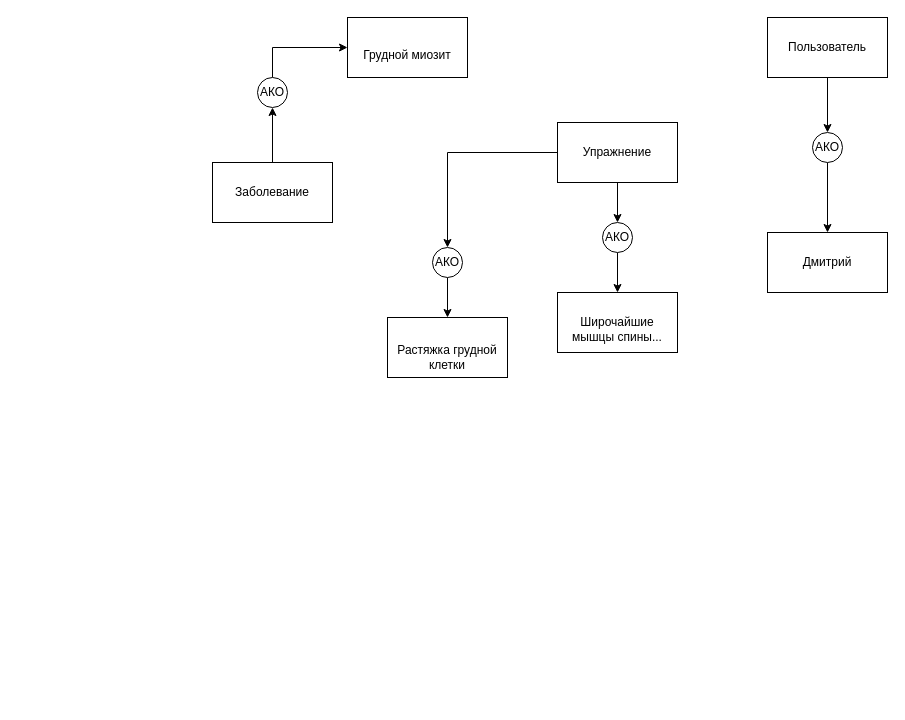
Earlier version of the draw.io diagram Диаграмма без названия.drawio (ser4ega/BD). Source tidied: cells renumbered, new cells numbered last; positions are measured from the earlier drawing's top-left corner, leaving out a move shared by most shapes. Both pictures are drawn from the tidied source at 100%, with x=0, y=0 at pixel (212, 17).
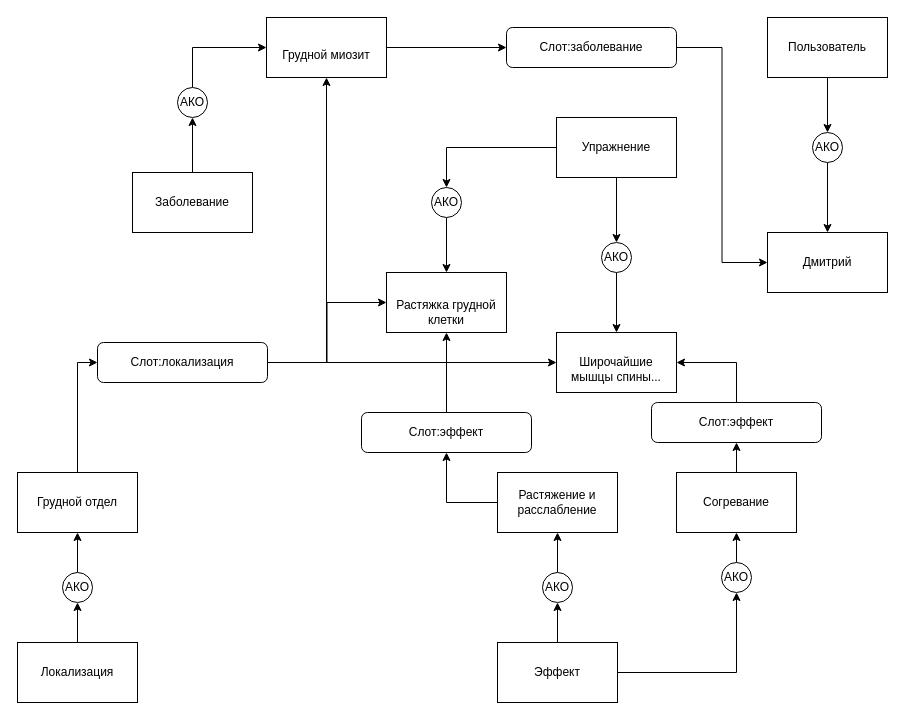
After the change.

Unchanged cells that the change refers to:
```xml
<mxCell id="9" value="Дмитрий" style="rounded=0;whiteSpace=wrap;html=1;" parent="1" vertex="1">
  <mxGeometry x="555" y="215" width="120" height="60" as="geometry" />
</mxCell>
```

What changed in the source:
```diff
@@
     <mxCell id="3" value="Заболевание" style="rounded=0;whiteSpace=wrap;html=1;" parent="1" vertex="1">
-      <mxGeometry y="145" width="120" height="60" as="geometry" />
+      <mxGeometry x="-80" y="155" width="120" height="60" as="geometry" />
     </mxCell>
-    <mxCell id="4" style="edgeStyle=orthogonalEdgeStyle;rounded=0;jettySize=auto;html=1;exitX=0.5;exitY=1;exitDx=0;exitDy=0;entryX=0.5;entryY=0;entryDx=0;entryDy=0;" parent="1" edge="1" source="6" target="17">
-      <mxGeometry relative="1" as="geometry" />
+    <mxCell id="4" style="edgeStyle=orthogonalEdgeStyle;rounded=0;jettySize=auto;html=1;exitX=0.5;exitY=1;exitDx=0;exitDy=0;entryX=0.5;entryY=0;entryDx=0;entryDy=0;" parent="1" edge="1" source="6">
+      <mxGeometry relative="1" as="geometry">
+        <mxPoint x="404" y="225" as="targetPoint" />
+      </mxGeometry>
     </mxCell>
@@
     <mxCell id="6" value="Упражнение" style="rounded=0;whiteSpace=wrap;html=1;" parent="1" vertex="1">
-      <mxGeometry x="345" y="105" width="120" height="60" as="geometry" />
+      <mxGeometry x="344" y="100" width="120" height="60" as="geometry" />
     </mxCell>
@@
     <mxCell id="10" value="&lt;br&gt;&lt;table style=&quot;border-collapse:&lt;br/&gt; collapse;width:234pt&quot; width=&quot;312&quot; cellspacing=&quot;0&quot; cellpadding=&quot;0&quot; border=&quot;0&quot;&gt;&lt;tbody&gt;&lt;tr style=&quot;height:15.0pt&quot; height=&quot;20&quot;&gt;  &lt;td style=&quot;height:15.0pt;width:234pt;word-break:initial;&lt;br/&gt;  color:var(--cib-color-neutral-foreground);font-size:var(--cib-type-body1-font-size);&lt;br/&gt;  line-height:var(--cib-type-body1-line-height);font-weight:var(--cib-type-body1-font-weight);&lt;br/&gt;  font-variation-settings: var(--cib-type-body1-font-variation-settings)&quot; width=&quot;312&quot; height=&quot;20&quot;&gt;Широчайшие&lt;br&gt;  мышцы спины...&lt;/td&gt;&lt;/tr&gt;&lt;/tbody&gt;&lt;/table&gt;" style="rounded=0;whiteSpace=wrap;html=1;" parent="1" vertex="1">
-      <mxGeometry x="345" y="275" width="120" height="60" as="geometry" />
+      <mxGeometry x="344" y="315" width="120" height="60" as="geometry" />
     </mxCell>
+    <mxCell id="21" style="edgeStyle=orthogonalEdgeStyle;rounded=0;jettySize=auto;html=1;exitX=1;exitY=0.5;exitDx=0;exitDy=0;entryX=0;entryY=0.5;entryDx=0;entryDy=0;" parent="1" edge="1" source="11" target="33">
+      <mxGeometry relative="1" as="geometry" />
+    </mxCell>
     <mxCell id="11" value="&lt;table style=&quot;border-collapse:&lt;br/&gt; collapse;width:158pt&quot; width=&quot;210&quot; cellspacing=&quot;0&quot; cellpadding=&quot;0&quot; border=&quot;0&quot;&gt;&lt;tbody&gt;&lt;tr style=&quot;height:15.75pt&quot; height=&quot;21&quot;&gt;&lt;br/&gt;  &lt;td style=&quot;height:15.75pt;width:158pt&quot; width=&quot;210&quot; height=&quot;21&quot;&gt;Грудной миозит&lt;/td&gt;&lt;/tr&gt;&lt;/tbody&gt;&lt;/table&gt;" style="rounded=0;whiteSpace=wrap;html=1;" parent="1" vertex="1">
-      <mxGeometry x="135" width="120" height="60" as="geometry" />
+      <mxGeometry x="54" width="120" height="60" as="geometry" />
     </mxCell>
@@
     <mxCell id="13" value="АКО" style="ellipse;whiteSpace=wrap;html=1;" parent="1" vertex="1">
-      <mxGeometry x="45" y="60" width="30" height="30" as="geometry" />
+      <mxGeometry x="-35" y="70" width="30" height="30" as="geometry" />
     </mxCell>
@@
     <mxCell id="17" value="АКО" style="ellipse;whiteSpace=wrap;html=1;" parent="1" vertex="1">
-      <mxGeometry x="390" y="205" width="30" height="30" as="geometry" />
+      <mxGeometry x="389" y="225" width="30" height="30" as="geometry" />
     </mxCell>
     <mxCell id="18" value="&lt;table style=&quot;border-collapse:&lt;br/&gt; collapse;width:234pt&quot; width=&quot;312&quot; cellspacing=&quot;0&quot; cellpadding=&quot;0&quot; border=&quot;0&quot;&gt;&lt;tbody&gt;&lt;tr style=&quot;height:15.0pt&quot; height=&quot;20&quot;&gt;&lt;td style=&quot;height:15.0pt;width:234pt;word-break:initial;&lt;br/&gt;  color:var(--cib-color-neutral-foreground);font-size:var(--cib-type-body1-font-size);&lt;br/&gt;  line-height:var(--cib-type-body1-line-height);font-weight:var(--cib-type-body1-font-weight);&lt;br/&gt;  font-variation-settings: var(--cib-type-body1-font-variation-settings)&quot; width=&quot;312&quot; height=&quot;20&quot;&gt;&lt;/td&gt;&lt;/tr&gt;&lt;/tbody&gt;&lt;/table&gt;Растяжка грудной&lt;br&gt;клетки" style="rounded=0;whiteSpace=wrap;html=1;" parent="1" vertex="1">
-      <mxGeometry x="175" y="300" width="120" height="60" as="geometry" />
+      <mxGeometry x="174" y="255" width="120" height="60" as="geometry" />
     </mxCell>
-    <mxCell id="19" style="edgeStyle=orthogonalEdgeStyle;rounded=0;jettySize=auto;html=1;exitX=0.5;exitY=1;exitDx=0;exitDy=0;entryX=0.5;entryY=0;entryDx=0;entryDy=0;" parent="1" edge="1" source="20" target="18">
+    <mxCell id="19" style="edgeStyle=orthogonalEdgeStyle;rounded=0;jettySize=auto;html=1;exitX=0.5;exitY=1;exitDx=0;exitDy=0;" parent="1" edge="1" source="20" target="18">
       <mxGeometry relative="1" as="geometry" />
     </mxCell>
     <mxCell id="20" value="АКО" style="ellipse;whiteSpace=wrap;html=1;" parent="1" vertex="1">
-      <mxGeometry x="220" y="230" width="30" height="30" as="geometry" />
+      <mxGeometry x="219" y="170" width="30" height="30" as="geometry" />
     </mxCell>
+    <mxCell id="22" style="edgeStyle=orthogonalEdgeStyle;rounded=0;jettySize=auto;html=1;exitX=0.5;exitY=0;exitDx=0;exitDy=0;entryX=0;entryY=0.5;entryDx=0;entryDy=0;" parent="1" edge="1" source="23" target="31">
+      <mxGeometry relative="1" as="geometry" />
+    </mxCell>
+    <mxCell id="23" value="Грудной отдел" style="rounded=0;whiteSpace=wrap;html=1;" parent="1" vertex="1">
+      <mxGeometry x="-195" y="455" width="120" height="60" as="geometry" />
+    </mxCell>
+    <mxCell id="24" style="edgeStyle=orthogonalEdgeStyle;rounded=0;jettySize=auto;html=1;exitX=0.5;exitY=0;exitDx=0;exitDy=0;entryX=0.5;entryY=1;entryDx=0;entryDy=0;" parent="1" edge="1" source="25" target="23">
+      <mxGeometry relative="1" as="geometry" />
+    </mxCell>
+    <mxCell id="25" value="АКО" style="ellipse;whiteSpace=wrap;html=1;" parent="1" vertex="1">
+      <mxGeometry x="-150" y="555" width="30" height="30" as="geometry" />
+    </mxCell>
+    <mxCell id="26" style="edgeStyle=orthogonalEdgeStyle;rounded=0;jettySize=auto;html=1;exitX=0.5;exitY=0;exitDx=0;exitDy=0;entryX=0.5;entryY=1;entryDx=0;entryDy=0;" parent="1" edge="1" source="27" target="25">
+      <mxGeometry relative="1" as="geometry" />
+    </mxCell>
+    <mxCell id="27" value="Локализация" style="rounded=0;whiteSpace=wrap;html=1;" parent="1" vertex="1">
+      <mxGeometry x="-195" y="625" width="120" height="60" as="geometry" />
+    </mxCell>
+    <mxCell id="28" style="edgeStyle=orthogonalEdgeStyle;rounded=0;jettySize=auto;html=1;exitX=1;exitY=0.5;exitDx=0;exitDy=0;entryX=0;entryY=0.5;entryDx=0;entryDy=0;" parent="1" edge="1" source="31" target="18">
+      <mxGeometry relative="1" as="geometry" />
+    </mxCell>
+    <mxCell id="29" style="edgeStyle=orthogonalEdgeStyle;rounded=0;jettySize=auto;html=1;exitX=1;exitY=0.5;exitDx=0;exitDy=0;entryX=0.5;entryY=1;entryDx=0;entryDy=0;" parent="1" edge="1" source="31" target="11">
+      <mxGeometry relative="1" as="geometry" />
+    </mxCell>
+    <mxCell id="30" style="edgeStyle=orthogonalEdgeStyle;rounded=0;jettySize=auto;html=1;exitX=1;exitY=0.5;exitDx=0;exitDy=0;entryX=0;entryY=0.5;entryDx=0;entryDy=0;" parent="1" edge="1" source="31" target="10">
+      <mxGeometry relative="1" as="geometry" />
+    </mxCell>
+    <mxCell id="31" value="Слот:локализация" style="rounded=1;whiteSpace=wrap;html=1;" parent="1" vertex="1">
+      <mxGeometry x="-115" y="325" width="170" height="40" as="geometry" />
+    </mxCell>
+    <mxCell id="32" style="edgeStyle=orthogonalEdgeStyle;rounded=0;jettySize=auto;html=1;exitX=1;exitY=0.5;exitDx=0;exitDy=0;entryX=0;entryY=0.5;entryDx=0;entryDy=0;" parent="1" edge="1" source="33" target="9">
+      <mxGeometry relative="1" as="geometry" />
+    </mxCell>
+    <mxCell id="33" value="Слот:заболевание" style="rounded=1;whiteSpace=wrap;html=1;" parent="1" vertex="1">
+      <mxGeometry x="294" y="10" width="170" height="40" as="geometry" />
+    </mxCell>
+    <mxCell id="34" style="edgeStyle=orthogonalEdgeStyle;rounded=0;jettySize=auto;html=1;exitX=0;exitY=0.5;exitDx=0;exitDy=0;entryX=0.5;entryY=1;entryDx=0;entryDy=0;" parent="1" edge="1" source="35" target="46">
+      <mxGeometry relative="1" as="geometry" />
+    </mxCell>
+    <mxCell id="35" value="Растяжение и расслабление" style="rounded=0;whiteSpace=wrap;html=1;" parent="1" vertex="1">
+      <mxGeometry x="285" y="455" width="120" height="60" as="geometry" />
+    </mxCell>
+    <mxCell id="36" style="edgeStyle=orthogonalEdgeStyle;rounded=0;jettySize=auto;html=1;exitX=0.5;exitY=0;exitDx=0;exitDy=0;entryX=0.5;entryY=1;entryDx=0;entryDy=0;" parent="1" edge="1" source="37" target="35">
+      <mxGeometry relative="1" as="geometry" />
+    </mxCell>
+    <mxCell id="37" value="АКО" style="ellipse;whiteSpace=wrap;html=1;" parent="1" vertex="1">
+      <mxGeometry x="330" y="555" width="30" height="30" as="geometry" />
+    </mxCell>
+    <mxCell id="38" style="edgeStyle=orthogonalEdgeStyle;rounded=0;jettySize=auto;html=1;exitX=0.5;exitY=0;exitDx=0;exitDy=0;entryX=0.5;entryY=1;entryDx=0;entryDy=0;" parent="1" edge="1" source="40" target="37">
+      <mxGeometry relative="1" as="geometry" />
+    </mxCell>
+    <mxCell id="39" style="edgeStyle=orthogonalEdgeStyle;rounded=0;jettySize=auto;html=1;exitX=1;exitY=0.5;exitDx=0;exitDy=0;entryX=0.5;entryY=1;entryDx=0;entryDy=0;" parent="1" edge="1" source="40" target="44">
+      <mxGeometry relative="1" as="geometry" />
+    </mxCell>
+    <mxCell id="40" value="Эффект" style="rounded=0;whiteSpace=wrap;html=1;" parent="1" vertex="1">
+      <mxGeometry x="285" y="625" width="120" height="60" as="geometry" />
+    </mxCell>
+    <mxCell id="41" style="edgeStyle=orthogonalEdgeStyle;rounded=0;jettySize=auto;html=1;exitX=0.5;exitY=0;exitDx=0;exitDy=0;" parent="1" edge="1" source="42" target="48">
+      <mxGeometry relative="1" as="geometry" />
+    </mxCell>
+    <mxCell id="42" value="Согревание" style="rounded=0;whiteSpace=wrap;html=1;" parent="1" vertex="1">
+      <mxGeometry x="464" y="455" width="120" height="60" as="geometry" />
+    </mxCell>
+    <mxCell id="43" style="edgeStyle=orthogonalEdgeStyle;rounded=0;jettySize=auto;html=1;exitX=0.5;exitY=0;exitDx=0;exitDy=0;entryX=0.5;entryY=1;entryDx=0;entryDy=0;" parent="1" edge="1" source="44" target="42">
+      <mxGeometry relative="1" as="geometry" />
+    </mxCell>
+    <mxCell id="44" value="АКО" style="ellipse;whiteSpace=wrap;html=1;" parent="1" vertex="1">
+      <mxGeometry x="509" y="545" width="30" height="30" as="geometry" />
+    </mxCell>
+    <mxCell id="45" style="edgeStyle=orthogonalEdgeStyle;rounded=0;jettySize=auto;html=1;exitX=0.5;exitY=0;exitDx=0;exitDy=0;entryX=0.5;entryY=1;entryDx=0;entryDy=0;" parent="1" edge="1" source="46" target="18">
+      <mxGeometry relative="1" as="geometry" />
+    </mxCell>
+    <mxCell id="46" value="Слот:эффект" style="rounded=1;whiteSpace=wrap;html=1;" parent="1" vertex="1">
+      <mxGeometry x="149" y="395" width="170" height="40" as="geometry" />
+    </mxCell>
+    <mxCell id="47" style="edgeStyle=orthogonalEdgeStyle;rounded=0;jettySize=auto;html=1;exitX=0.5;exitY=0;exitDx=0;exitDy=0;entryX=1;entryY=0.5;entryDx=0;entryDy=0;" parent="1" edge="1" source="48" target="10">
+      <mxGeometry relative="1" as="geometry" />
+    </mxCell>
+    <mxCell id="48" value="Слот:эффект" style="rounded=1;whiteSpace=wrap;html=1;" parent="1" vertex="1">
+      <mxGeometry x="439" y="385" width="170" height="40" as="geometry" />
+    </mxCell>
```
